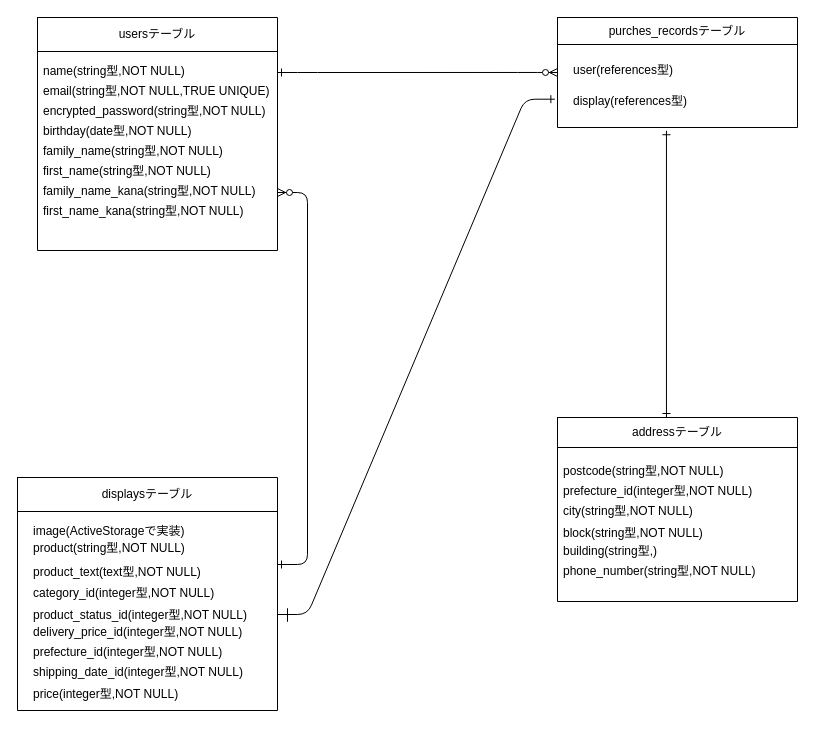
Above: test.dio in makaroni0416/furima-32834 (draw.io), before the change. Source tidied: cells renumbered, new cells numbered last; positions are measured from the earlier drawing's top-left corner, leaving out a move shared by most shapes. Both pictures are drawn from the tidied source at 100%, with x=0, y=0 at pixel (17, 17).
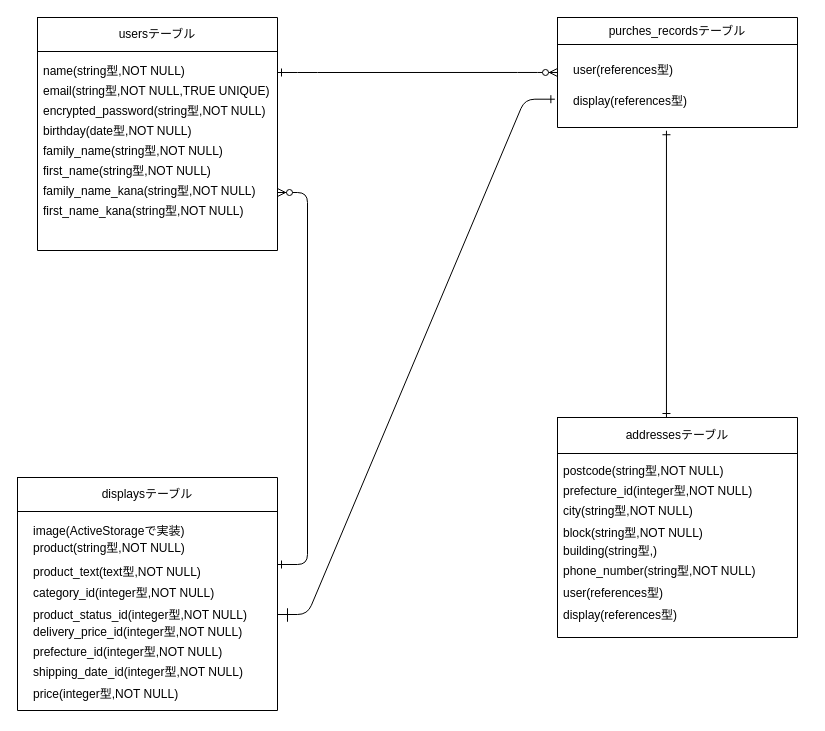
After the change.

Commit message (it also covers changes not shown here):
プルリクエストの修正(２回目)

What changed in the source:
```diff
@@
     <mxCell id="35" style="shape=table;html=1;whiteSpace=wrap;startSize=0;childLayout=tableLayout;" parent="1" vertex="1">
-      <mxGeometry x="540" y="400" width="240" height="184" as="geometry" />
+      <mxGeometry x="540" y="400" width="240" height="220" as="geometry" />
     </mxCell>
     <mxCell id="36" style="shape=partialRectangle;html=1;whiteSpace=wrap;fillColor=none;top=0;left=0;bottom=0;right=0;points=[[0,0.5],[1,0.5]];portConstraint=eastwest;" parent="35" vertex="1">
-      <mxGeometry width="240" height="30" as="geometry" />
+      <mxGeometry width="240" height="36" as="geometry" />
     </mxCell>
-    <mxCell id="37" value="addressテーブル" style="shape=partialRectangle;html=1;whiteSpace=wrap;overflow=hidden;fillColor=none;top=0;left=0;bottom=0;right=0;" parent="36" vertex="1">
-      <mxGeometry width="240" height="30" as="geometry" />
+    <mxCell id="37" value="addressesテーブル" style="shape=partialRectangle;html=1;whiteSpace=wrap;overflow=hidden;fillColor=none;top=0;left=0;bottom=0;right=0;" parent="36" vertex="1">
+      <mxGeometry width="240" height="36" as="geometry" />
     </mxCell>
     <mxCell id="38" style="shape=partialRectangle;html=1;whiteSpace=wrap;fillColor=none;top=0;left=0;bottom=0;right=0;" parent="35" vertex="1">
-      <mxGeometry y="30" width="240" height="154" as="geometry" />
+      <mxGeometry y="36" width="240" height="184" as="geometry" />
     </mxCell>
     <mxCell id="39" style="shape=partialRectangle;html=1;whiteSpace=wrap;overflow=hidden;fillColor=none;top=0;left=0;bottom=0;right=0;" parent="38" vertex="1">
-      <mxGeometry width="240" height="154" as="geometry" />
+      <mxGeometry width="240" height="184" as="geometry" />
     </mxCell>
@@
+    <mxCell id="52" value="user(references型)" style="text;strokeColor=none;fillColor=none;spacingLeft=4;spacingRight=4;overflow=hidden;fontSize=12;" parent="1" vertex="1">
+      <mxGeometry x="540" y="561.5" width="240" height="30" as="geometry" />
+    </mxCell>
+    <mxCell id="53" value="display(references型)" style="text;strokeColor=none;fillColor=none;spacingLeft=4;spacingRight=4;overflow=hidden;fontSize=12;" parent="1" vertex="1">
+      <mxGeometry x="540" y="584" width="240" height="30" as="geometry" />
+    </mxCell>
```
